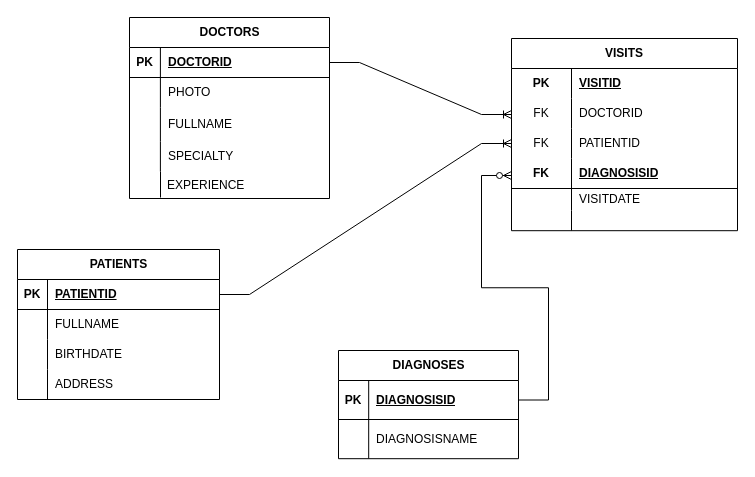
Before: page "Страница — 2" (2 of 2) of Диаграмма без названия.drawio in ekkosolapova/-, a draw.io diagram. Source tidied: cells renumbered, new cells numbered last; positions are measured from the earlier drawing's top-left corner, leaving out a move shared by most shapes. Both pictures are drawn from the tidied source at 100%, with x=0, y=0 at pixel (17, 17).
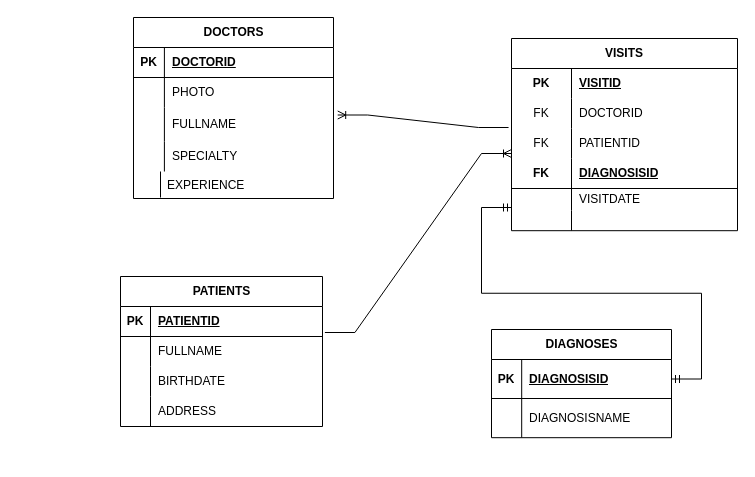
The same page after the edit.

The change refers to these unchanged cells:
```xml
<mxCell id="3" style="shape=tableRow;horizontal=0;startSize=0;swimlaneHead=0;swimlaneBody=0;fillColor=none;points=[[0,0.5],[1,0.5]];portConstraint=eastwest;top=0;left=0;right=0;bottom=1;" parent="2" vertex="1">
  <mxGeometry y="30" width="200" height="30" as="geometry" />
</mxCell>
<mxCell id="9" style="shape=tableRow;horizontal=0;startSize=0;swimlaneHead=0;swimlaneBody=0;fillColor=none;points=[[0,0.5],[1,0.5]];portConstraint=eastwest;top=0;left=0;right=0;bottom=0;" parent="2" vertex="1">
  <mxGeometry y="90" width="200" height="34" as="geometry" />
</mxCell>
<mxCell id="24" style="shape=tableRow;horizontal=0;startSize=0;swimlaneHead=0;swimlaneBody=0;fillColor=none;points=[[0,0.5],[1,0.5]];portConstraint=eastwest;top=0;left=0;right=0;bottom=0;" parent="17" vertex="1">
  <mxGeometry y="90" width="226" height="30" as="geometry" />
</mxCell>
<mxCell id="37" style="shape=tableRow;horizontal=0;startSize=0;swimlaneHead=0;swimlaneBody=0;fillColor=none;points=[[0,0.5],[1,0.5]];portConstraint=eastwest;top=0;left=0;right=0;bottom=1;" parent="36" vertex="1">
  <mxGeometry y="30" width="202" height="30" as="geometry" />
</mxCell>
<mxCell id="50" style="shape=tableRow;horizontal=0;startSize=0;swimlaneHead=0;swimlaneBody=0;fillColor=none;points=[[0,0.5],[1,0.5]];portConstraint=eastwest;top=0;left=0;right=0;bottom=1;" parent="49" vertex="1">
  <mxGeometry y="30" width="180" height="39" as="geometry" />
</mxCell>
```

Diff of the diagram source:
```diff
@@
     <mxCell id="2" value="DOCTORS" style="shape=table;startSize=30;childLayout=tableLayout;rowLines=0;fontStyle=1;align=center;html=1;" parent="1" vertex="1">
-      <mxGeometry x="112" width="200" height="181" as="geometry" />
+      <mxGeometry x="116" width="200" height="181" as="geometry" />
     </mxCell>
@@
     <mxCell id="36" value="PATIENTS" style="shape=table;startSize=30;childLayout=tableLayout;rowLines=0;fontStyle=1;align=center;html=1;" parent="1" vertex="1">
-      <mxGeometry y="232" width="202" height="150" as="geometry" />
+      <mxGeometry x="103" y="259" width="202" height="150" as="geometry" />
     </mxCell>
@@
     <mxCell id="49" value="DIAGNOSES" style="shape=table;startSize=30;childLayout=tableLayout;rowLines=0;fontStyle=1;align=center;html=1;" parent="1" vertex="1">
-      <mxGeometry x="321" y="333" width="180" height="108.2" as="geometry" />
+      <mxGeometry x="474" y="312" width="180" height="108.2" as="geometry" />
     </mxCell>
@@
-    <mxCell id="56" style="edgeStyle=entityRelationEdgeStyle;fontSize=12;html=1;endArrow=ERoneToMany;rounded=0;exitX=1;exitY=0.5;exitDx=0;exitDy=0;entryX=0;entryY=0.5;entryDx=0;entryDy=0;" parent="1" edge="1" source="37" target="24">
-      <mxGeometry relative="1" as="geometry" />
-    </mxCell>
-    <mxCell id="57" style="edgeStyle=entityRelationEdgeStyle;fontSize=12;html=1;endArrow=ERzeroToMany;endFill=1;rounded=0;entryX=0;entryY=0.5;entryDx=0;entryDy=0;exitX=1;exitY=0.5;exitDx=0;exitDy=0;" parent="1" edge="1" source="50">
-      <mxGeometry relative="1" as="geometry">
-        <mxPoint x="494" y="158" as="targetPoint" />
-      </mxGeometry>
-    </mxCell>
-    <mxCell id="58" style="edgeStyle=entityRelationEdgeStyle;fontSize=12;html=1;endArrow=ERoneToMany;rounded=0;exitX=1;exitY=0.5;exitDx=0;exitDy=0;" parent="1" edge="1" source="3">
-      <mxGeometry relative="1" as="geometry">
-        <mxPoint x="494" y="97" as="targetPoint" />
-      </mxGeometry>
-    </mxCell>
+    <mxCell id="59" style="edgeStyle=entityRelationEdgeStyle;fontSize=12;html=1;endArrow=ERmandOne;startArrow=ERmandOne;rounded=0;exitX=1;exitY=0.5;exitDx=0;exitDy=0;" parent="1" edge="1" source="50">
+      <mxGeometry relative="1" as="geometry">
+        <mxPoint x="494" y="190" as="targetPoint" />
+      </mxGeometry>
+    </mxCell>
+    <mxCell id="60" style="edgeStyle=entityRelationEdgeStyle;fontSize=12;html=1;endArrow=ERoneToMany;rounded=0;entryX=1.021;entryY=0.221;entryDx=0;entryDy=0;entryPerimeter=0;exitX=-0.013;exitY=-0.033;exitDx=0;exitDy=0;exitPerimeter=0;" parent="1" edge="1" source="24" target="9">
+      <mxGeometry relative="1" as="geometry" />
+    </mxCell>
+    <mxCell id="61" style="edgeStyle=entityRelationEdgeStyle;fontSize=12;html=1;endArrow=ERoneToMany;rounded=0;exitX=1.012;exitY=0.867;exitDx=0;exitDy=0;exitPerimeter=0;" parent="1" edge="1" source="37">
+      <mxGeometry relative="1" as="geometry">
+        <mxPoint x="494" y="136" as="targetPoint" />
+      </mxGeometry>
+    </mxCell>
```
